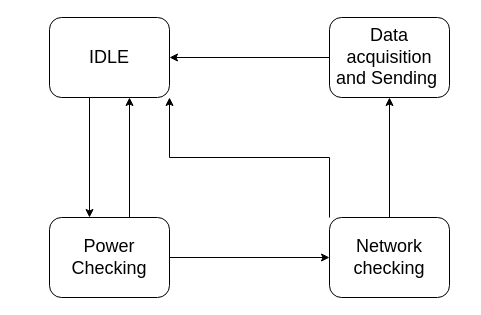
Before: State Diagram.drawio in K2ayzz/ForDrawIO, a draw.io diagram. Source tidied: cells renumbered, new cells numbered last; positions are measured from the earlier drawing's top-left corner, leaving out a move shared by most shapes. Both pictures are drawn from the tidied source at 100%, with x=0, y=0 at pixel (49, 17).
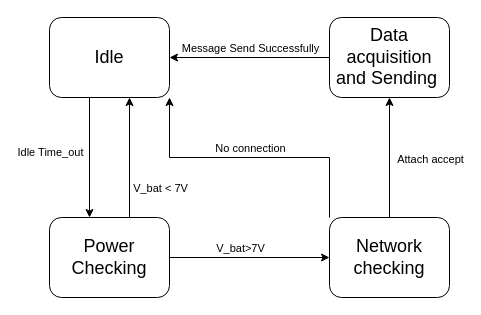
The same diagram, later.

Commit message (it also covers changes not shown here):
Cập nhật State Diagram.drawio

Unchanged cells that the change refers to:
```xml
<mxCell id="2" style="edgeStyle=orthogonalEdgeStyle;rounded=0;orthogonalLoop=1;jettySize=auto;html=1;entryX=0.5;entryY=0;entryDx=0;entryDy=0;" parent="1" edge="1">
  <mxGeometry relative="1" as="geometry">
    <mxPoint x="40" y="80" as="sourcePoint" />
    <mxPoint x="40" y="200" as="targetPoint" />
  </mxGeometry>
</mxCell>
<mxCell id="4" style="edgeStyle=orthogonalEdgeStyle;rounded=0;orthogonalLoop=1;jettySize=auto;html=1;entryX=0.5;entryY=1;entryDx=0;entryDy=0;" parent="1" edge="1">
  <mxGeometry relative="1" as="geometry">
    <mxPoint x="80" y="200" as="sourcePoint" />
    <mxPoint x="80" y="80" as="targetPoint" />
  </mxGeometry>
</mxCell>
<mxCell id="5" style="edgeStyle=orthogonalEdgeStyle;rounded=0;jettySize=auto;html=1;" parent="1" edge="1" source="6" target="9">
  <mxGeometry relative="1" as="geometry" />
</mxCell>
<mxCell id="7" style="edgeStyle=orthogonalEdgeStyle;rounded=0;jettySize=auto;html=1;" parent="1" edge="1" source="9" target="11">
  <mxGeometry relative="1" as="geometry" />
</mxCell>
<mxCell id="8" style="edgeStyle=orthogonalEdgeStyle;rounded=0;jettySize=auto;html=1;exitX=0;exitY=0;exitDx=0;exitDy=0;entryX=1;entryY=1;entryDx=0;entryDy=0;" parent="1" edge="1" source="9" target="3">
  <mxGeometry relative="1" as="geometry" />
</mxCell>
<mxCell id="10" style="edgeStyle=orthogonalEdgeStyle;rounded=0;jettySize=auto;html=1;" parent="1" edge="1" source="11" target="3">
  <mxGeometry relative="1" as="geometry" />
</mxCell>
```

Diff of the diagram source:
```diff
@@
+    <mxCell id="12" value="Idle Time_out" style="edgeLabel;html=1;align=center;verticalAlign=middle;" parent="2" vertex="1">
+      <mxGeometry x="-0.1" y="3" relative="1" as="geometry">
+        <mxPoint x="-43" as="offset" />
+      </mxGeometry>
+    </mxCell>
-    <mxCell id="3" value="&lt;font style=&quot;font-size: 18px;&quot;&gt;IDLE&lt;/font&gt;" style="rounded=1;whiteSpace=wrap;html=1;" parent="1" vertex="1">
+    <mxCell id="3" value="&lt;font style=&quot;font-size: 18px;&quot;&gt;Idle&lt;/font&gt;" style="rounded=1;whiteSpace=wrap;html=1;" parent="1" vertex="1">
       <mxGeometry width="120" height="80" as="geometry" />
     </mxCell>
@@
+    <mxCell id="13" value="V_bat &amp;lt; 7V" style="edgeLabel;html=1;align=center;verticalAlign=middle;" parent="4" vertex="1">
+      <mxGeometry x="0.12" y="1" relative="1" as="geometry">
+        <mxPoint x="31" y="37" as="offset" />
+      </mxGeometry>
+    </mxCell>
@@
+    <mxCell id="14" value="V_bat&amp;gt;7V" style="edgeLabel;html=1;align=center;verticalAlign=middle;" parent="5" vertex="1">
+      <mxGeometry x="-0.01" relative="1" as="geometry">
+        <mxPoint x="-9" y="-10" as="offset" />
+      </mxGeometry>
+    </mxCell>
@@
+    <mxCell id="15" value="Attach accept" style="edgeLabel;html=1;align=center;verticalAlign=middle;" parent="7" vertex="1">
+      <mxGeometry x="-0.01" y="1" relative="1" as="geometry">
+        <mxPoint x="41" as="offset" />
+      </mxGeometry>
+    </mxCell>
@@
+    <mxCell id="16" value="No connection" style="edgeLabel;html=1;align=center;verticalAlign=middle;" parent="8" vertex="1">
+      <mxGeometry x="0.05" y="3" relative="1" as="geometry">
+        <mxPoint x="7" y="-13" as="offset" />
+      </mxGeometry>
+    </mxCell>
@@
+    <mxCell id="17" value="Message Send Successfully" style="edgeLabel;html=1;align=center;verticalAlign=middle;" parent="10" vertex="1">
+      <mxGeometry x="0.15" relative="1" as="geometry">
+        <mxPoint x="12" y="-10" as="offset" />
+      </mxGeometry>
+    </mxCell>
```
